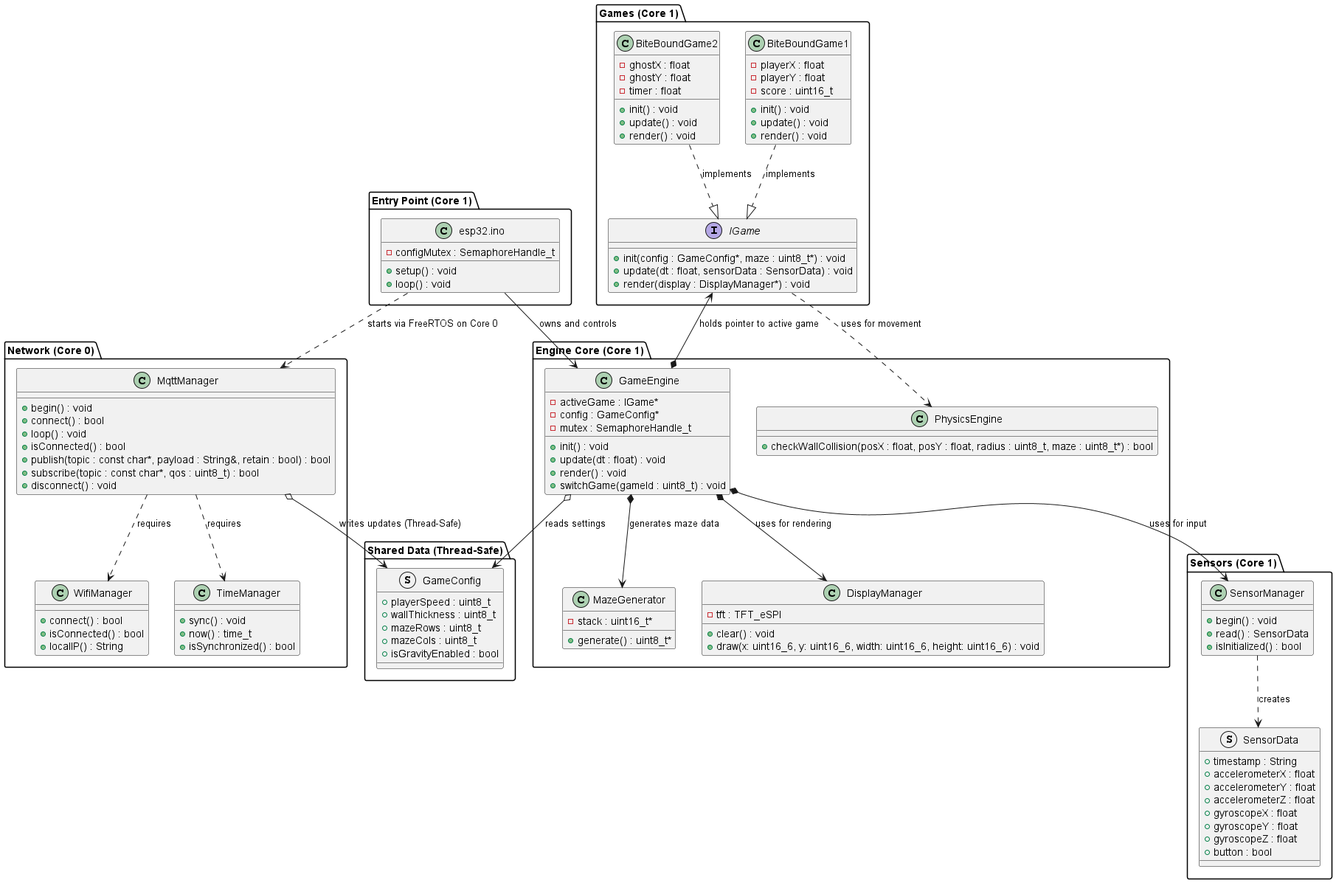
Earlier version of the PlantUML export diagrams/out/architecture/architecture.png (s-voelkl/BiteBound).
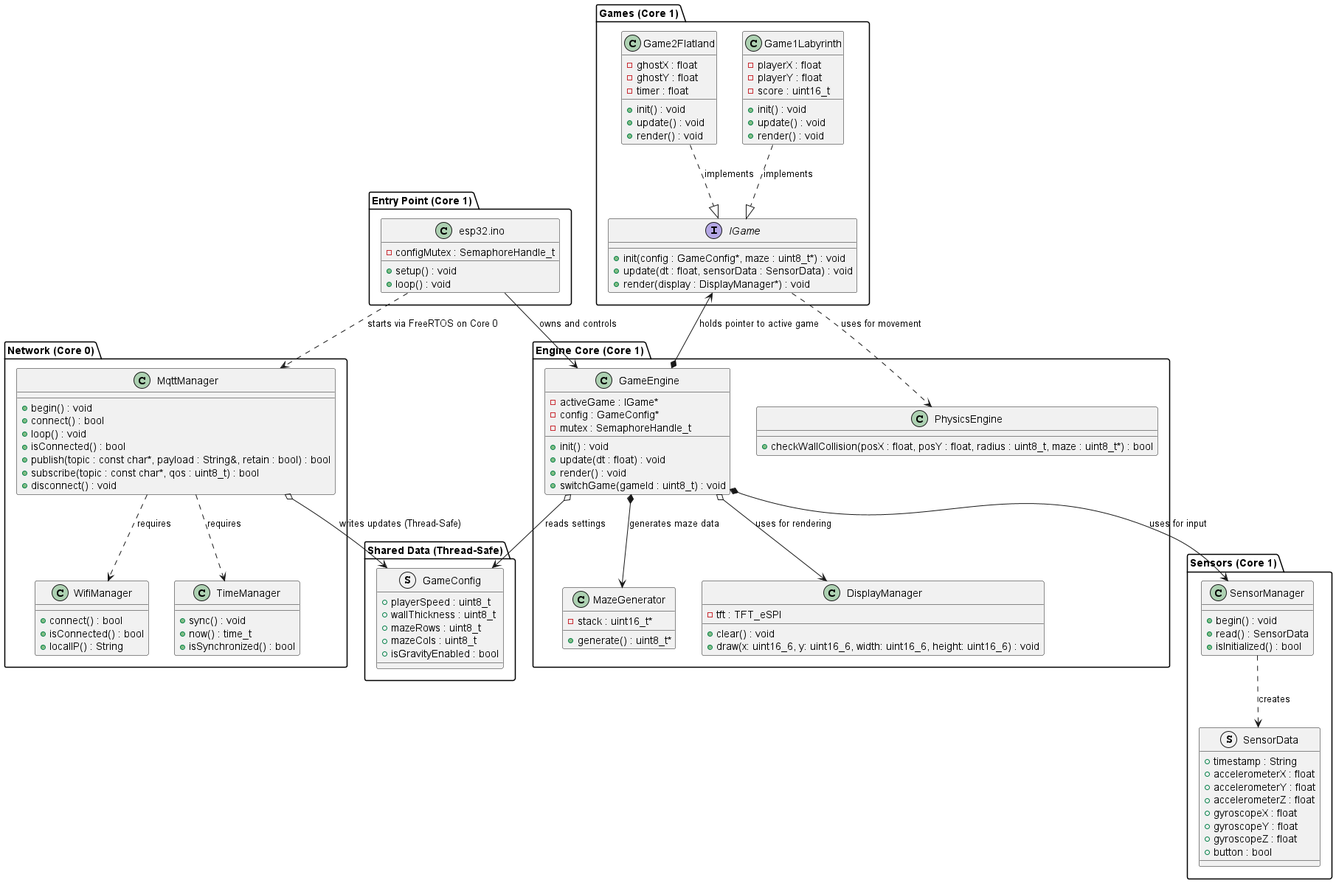
The same file after the commit.

Commit message:
Update architecture diagram and usage guide for PlantUML integration

The edit, as a diff of the source:
```diff
@@ -95,7 +95,7 @@
         + render(display : DisplayManager*) : void
     }
 
-    class BiteBoundGame1 {
+    class Game1Labyrinth {
         - playerX : float
         - playerY : float
         - score : uint16_t
@@ -104,7 +104,7 @@
         + render() : void
     }
 
-    class BiteBoundGame2 {
+    class Game2Flatland {
         - ghostX : float
         - ghostY : float
         - timer : float
@@ -117,18 +117,19 @@
 Main --> GameEngine : "owns and controls"
 Main ..> MqttManager : "starts via FreeRTOS on Core 0"
 
-MqttManager o--> GameConfig : "writes updates (Thread-Safe)"
 GameEngine o--> GameConfig : "reads settings"
 GameEngine *--> IGame : "holds pointer to active game"
-GameEngine *--> DisplayManager : "uses for rendering"
+GameEngine o--> DisplayManager : "uses for rendering"
 GameEngine *--> SensorManager : "uses for input"
 GameEngine *--> MazeGenerator : "generates maze data"
 
-BiteBoundGame1 ..|> IGame : "implements"
-BiteBoundGame2 ..|> IGame : "implements"
+IGame ..> PhysicsEngine : "uses for movement"
+Game1Labyrinth ..|> IGame : "implements"
+Game2Flatland ..|> IGame : "implements"
 
-IGame ..> PhysicsEngine : "uses for movement"
 SensorManager ..> SensorData : "creates"
+
+MqttManager o--> GameConfig : "writes updates (Thread-Safe)"
 MqttManager ..> WifiManager : "requires"
 MqttManager ..> TimeManager : "requires"
 
```
